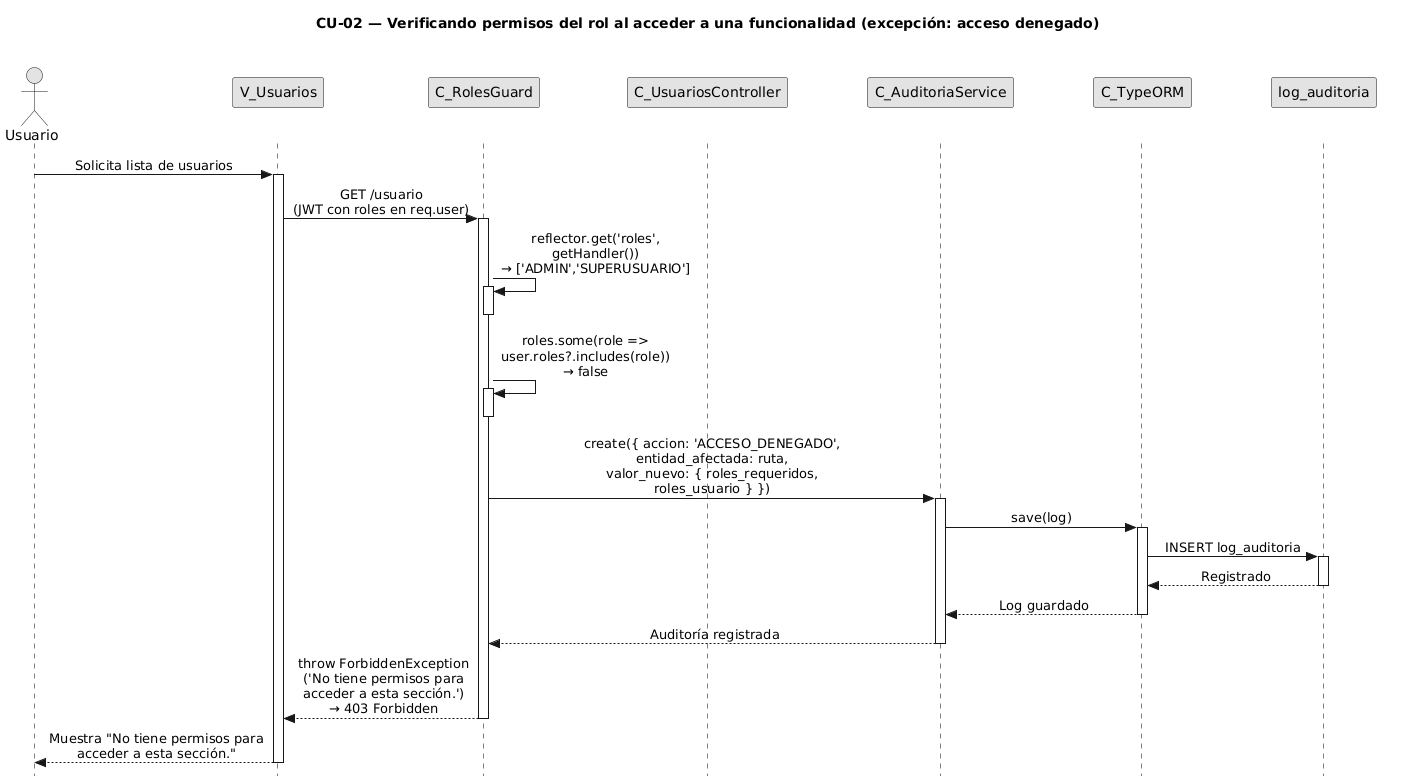
FSM-Finet-y-Cable-Magico/Team_1-Inventario-y-Bodega keeps this PlantUML diagram as diagramas/diagramas-secuencia/CU02/CU02-exc-acceso-denegado.png. Above is the earlier version.
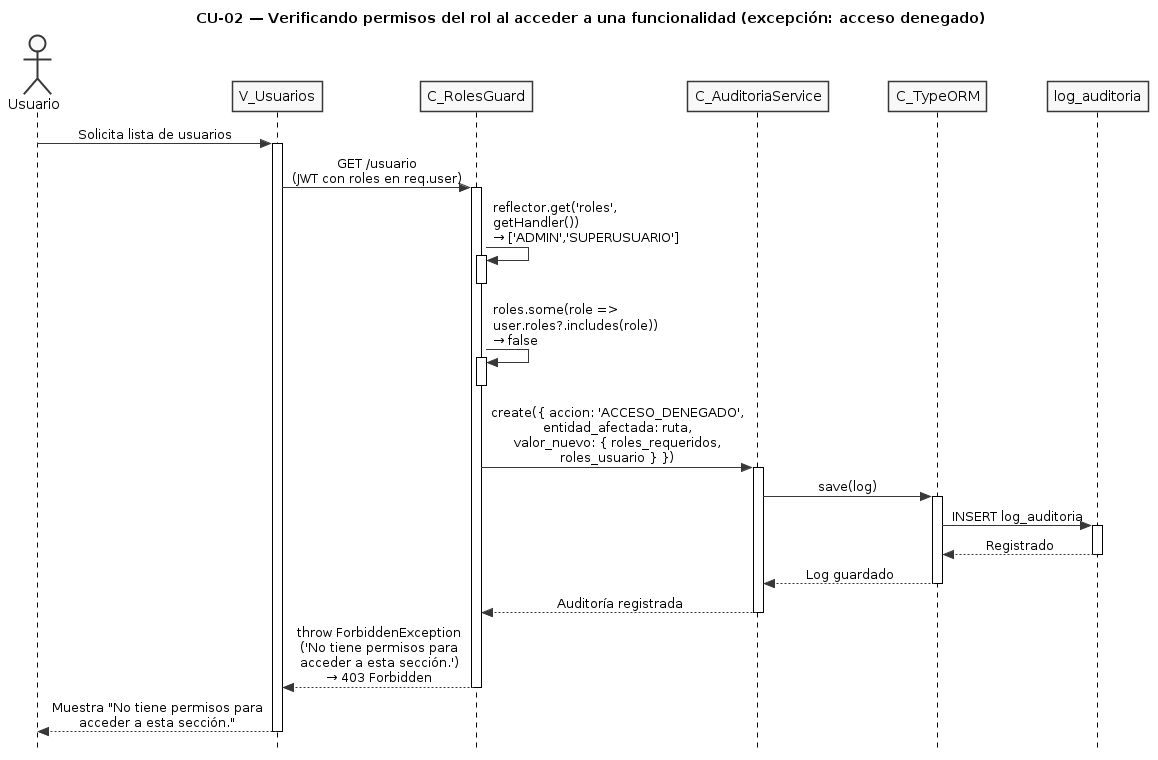
The same diagram one commit later.

Change to the diagram source:
```diff
@@ -5,16 +5,8 @@
 skinparam monochrome true
 skinparam shadowing false
 skinparam sequenceMessageAlign center
-<style>
-sequenceDiagram {
-  participant {
-    Margin 35
-  }
-  actor {
-    Margin 15
-  }
-}
-</style>
+skinparam ParticipantPadding 25
+skinparam ActorPadding 20
 skinparam sequence {
   MessageAlign center
   LifeLineBorderColor black
@@ -24,7 +16,6 @@
 actor "Usuario" as user
 participant "V_Usuarios" as view
 participant "C_RolesGuard" as guard
-participant "C_UsuariosController" as ctrl
 participant "C_AuditoriaService" as aud
 participant "C_TypeORM" as orm
 participant "log_auditoria" as aent
```
